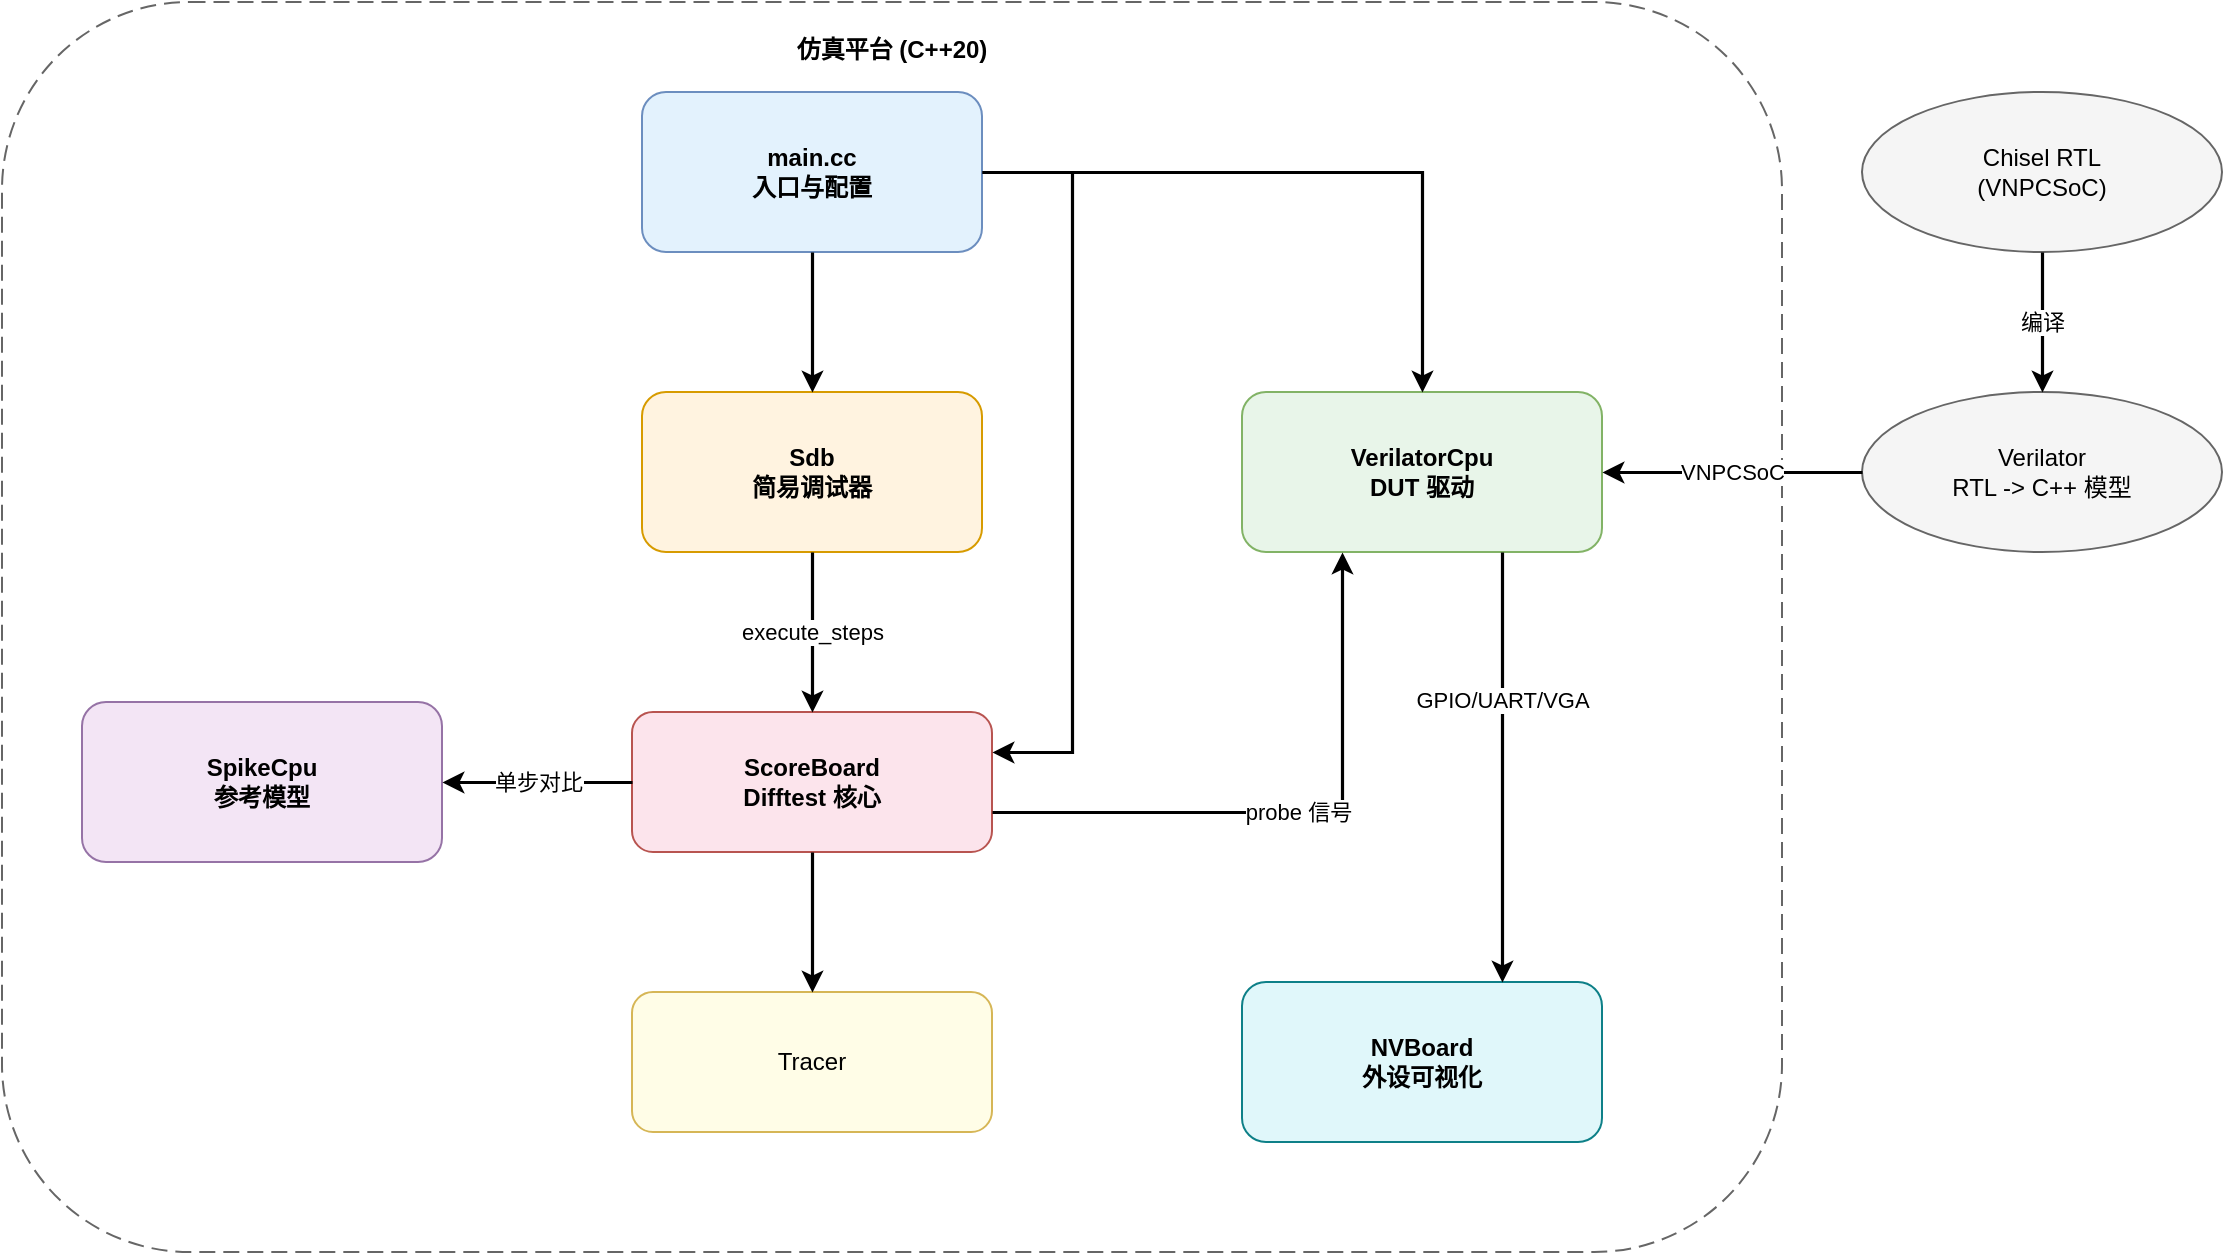
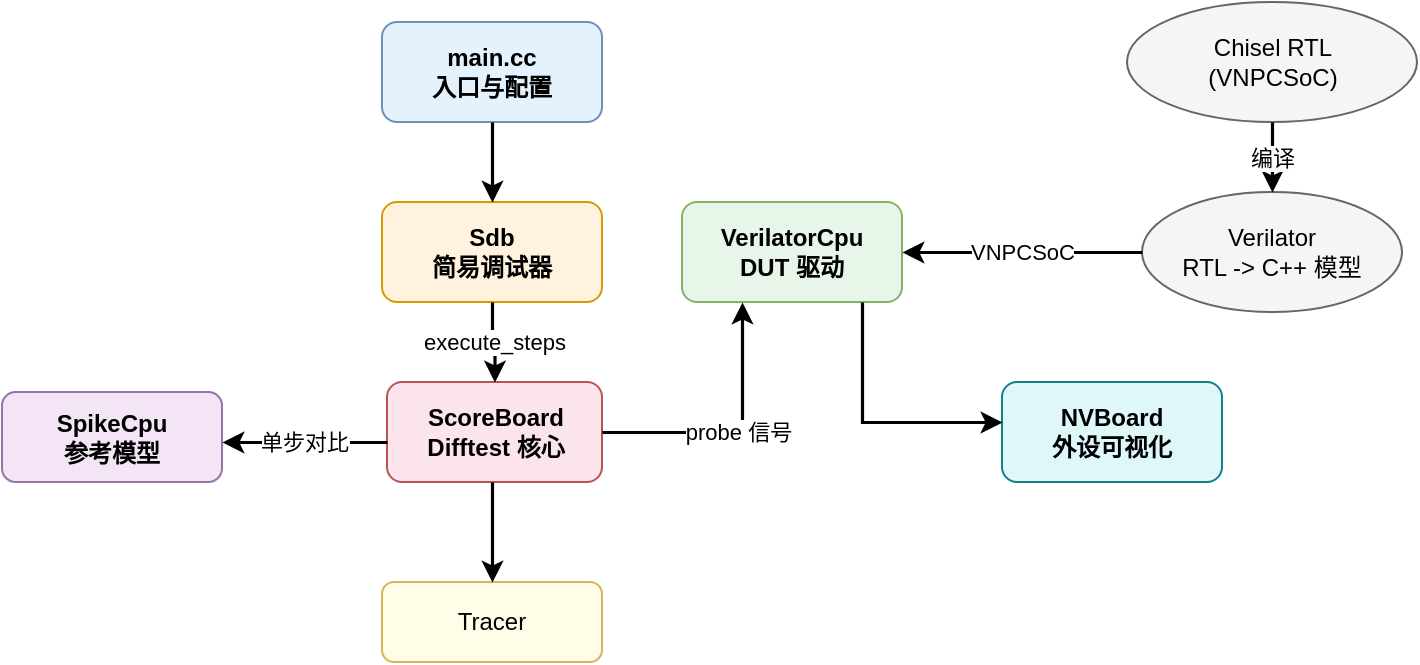
<mxfile host="65bd71144e">
    <diagram id="RYRM0IgxzEHv_DKKlseV" name="Page-1">
-         <mxGraphModel dx="1724" dy="983" grid="1" gridSize="10" guides="1" tooltips="1" connect="1" arrows="1" fold="1" page="0" pageScale="1" pageWidth="1400" pageHeight="900" math="0" shadow="0">
+         <mxGraphModel dx="966" dy="786" grid="1" gridSize="10" guides="1" tooltips="1" connect="1" arrows="1" fold="1" page="0" pageScale="1" pageWidth="1400" pageHeight="900" math="0" shadow="0">
            <root>
                <mxCell id="0"/>
                <mxCell id="1" parent="0"/>
-                 <mxCell id="cluster_top" value="仿真平台 (C++20)" style="rounded=1;whiteSpace=wrap;html=1;dashed=1;dashPattern=8 4;fillColor=#ffffff;strokeColor=#666666;fontStyle=1;verticalAlign=top;spacingTop=10;" parent="1" vertex="1">
-                     <mxGeometry x="70" y="105" width="890" height="625" as="geometry"/>
-                 </mxCell>
                <mxCell id="main" value="main.cc&#10;入口与配置" style="rounded=1;whiteSpace=wrap;html=1;fillColor=#E3F2FD;strokeColor=#6c8ebf;fontStyle=1;" parent="1" vertex="1">
-                     <mxGeometry x="390" y="150" width="170" height="80" as="geometry"/>
+                     <mxGeometry x="450" y="180" width="110" height="50" as="geometry"/>
                </mxCell>
                <mxCell id="sdb" value="Sdb&#10;简易调试器" style="rounded=1;whiteSpace=wrap;html=1;fillColor=#FFF3E0;strokeColor=#d79b00;fontStyle=1;" parent="1" vertex="1">
-                     <mxGeometry x="390" y="300" width="170" height="80" as="geometry"/>
+                     <mxGeometry x="450" y="270" width="110" height="50" as="geometry"/>
                </mxCell>
                <mxCell id="scrbrd" value="ScoreBoard&#10;Difftest 核心" style="rounded=1;whiteSpace=wrap;html=1;fillColor=#FCE4EC;strokeColor=#b85450;fontStyle=1;" parent="1" vertex="1">
-                     <mxGeometry x="385" y="460" width="180" height="70" as="geometry"/>
+                     <mxGeometry x="452.5" y="360" width="107.5" height="50" as="geometry"/>
                </mxCell>
                <mxCell id="vcpu" value="VerilatorCpu&#10;DUT 驱动" style="rounded=1;whiteSpace=wrap;html=1;fillColor=#E8F5E9;strokeColor=#82b366;fontStyle=1;" parent="1" vertex="1">
-                     <mxGeometry x="690" y="300" width="180" height="80" as="geometry"/>
+                     <mxGeometry x="600" y="270" width="110" height="50" as="geometry"/>
                </mxCell>
                <mxCell id="spike" value="SpikeCpu&#10;参考模型" style="rounded=1;whiteSpace=wrap;html=1;fillColor=#F3E5F5;strokeColor=#9673a6;fontStyle=1;" parent="1" vertex="1">
-                     <mxGeometry x="110" y="455" width="180" height="80" as="geometry"/>
+                     <mxGeometry x="260" y="365" width="110" height="45" as="geometry"/>
                </mxCell>
                <mxCell id="itrace" value="Tracer" style="rounded=1;whiteSpace=wrap;html=1;fillColor=#FFFDE7;strokeColor=#d6b656;" parent="1" vertex="1">
-                     <mxGeometry x="385" y="600" width="180" height="70" as="geometry"/>
+                     <mxGeometry x="450" y="460" width="110" height="40" as="geometry"/>
                </mxCell>
                <mxCell id="nvboard" value="NVBoard&#10;外设可视化" style="rounded=1;whiteSpace=wrap;html=1;fillColor=#E0F7FA;strokeColor=#0e8088;fontStyle=1;" parent="1" vertex="1">
-                     <mxGeometry x="690" y="595" width="180" height="80" as="geometry"/>
+                     <mxGeometry x="760" y="360" width="110" height="50" as="geometry"/>
                </mxCell>
                <mxCell id="verilator" value="Verilator&#10;RTL -&gt; C++ 模型" style="ellipse;whiteSpace=wrap;html=1;fillColor=#F5F5F5;strokeColor=#666666;" parent="1" vertex="1">
-                     <mxGeometry x="1000" y="300" width="180" height="80" as="geometry"/>
+                     <mxGeometry x="830" y="265" width="130" height="60" as="geometry"/>
                </mxCell>
                <mxCell id="rtl" value="Chisel RTL&#10;(VNPCSoC)" style="ellipse;whiteSpace=wrap;html=1;fillColor=#F5F5F5;strokeColor=#666666;" parent="1" vertex="1">
-                     <mxGeometry x="1000" y="150" width="180" height="80" as="geometry"/>
+                     <mxGeometry x="822.5" y="170" width="145" height="60" as="geometry"/>
                </mxCell>
                <mxCell id="e1" value="编译" style="edgeStyle=orthogonalEdgeStyle;rounded=0;html=1;endArrow=classic;strokeWidth=1.6;" parent="1" source="rtl" target="verilator" edge="1">
                    <mxGeometry relative="1" as="geometry"/>
                </mxCell>
                <mxCell id="e2" value="VNPCSoC" style="edgeStyle=orthogonalEdgeStyle;rounded=0;html=1;endArrow=classic;strokeWidth=1.6;" parent="1" source="verilator" target="vcpu" edge="1">
-                     <mxGeometry relative="1" as="geometry">
+                     <mxGeometry x="0.001" relative="1" as="geometry">
                        <Array as="points">
-                             <mxPoint x="1060" y="350"/>
+                             <mxPoint x="770" y="295"/>
+                             <mxPoint x="770" y="295"/>
                        </Array>
+                         <mxPoint as="offset"/>
                    </mxGeometry>
                </mxCell>
                <mxCell id="e3" style="edgeStyle=orthogonalEdgeStyle;rounded=0;html=1;endArrow=classic;strokeWidth=1.6;" parent="1" source="main" target="sdb" edge="1">
-                     <mxGeometry relative="1" as="geometry"/>
-                 </mxCell>
-                 <mxCell id="e4" style="edgeStyle=orthogonalEdgeStyle;rounded=0;html=1;endArrow=classic;strokeWidth=1.6;" parent="1" source="main" target="scrbrd" edge="1">
-                     <mxGeometry relative="1" as="geometry">
-                         <Array as="points">
-                             <mxPoint x="605" y="190"/>
-                             <mxPoint x="605" y="480"/>
-                         </Array>
-                     </mxGeometry>
-                 </mxCell>
-                 <mxCell id="e5" style="edgeStyle=orthogonalEdgeStyle;rounded=0;html=1;endArrow=classic;strokeWidth=1.6;" parent="1" source="main" target="vcpu" edge="1">
                    <mxGeometry relative="1" as="geometry"/>
                </mxCell>
                <mxCell id="e6" value="execute_steps" style="edgeStyle=orthogonalEdgeStyle;rounded=0;html=1;endArrow=classic;strokeWidth=1.6;" parent="1" source="sdb" target="scrbrd" edge="1">
                    <mxGeometry relative="1" as="geometry"/>
                </mxCell>
                <mxCell id="e7" value="probe 信号" style="edgeStyle=orthogonalEdgeStyle;rounded=0;html=1;endArrow=classic;strokeWidth=1.6;" parent="1" source="scrbrd" target="vcpu" edge="1">
                    <mxGeometry relative="1" as="geometry">
                        <Array as="points">
-                             <mxPoint x="740" y="510"/>
+                             <mxPoint x="630" y="385"/>
                        </Array>
                    </mxGeometry>
                </mxCell>
                <mxCell id="e8" value="单步对比" style="edgeStyle=orthogonalEdgeStyle;rounded=0;html=1;endArrow=classic;strokeWidth=1.6;" parent="1" source="scrbrd" target="spike" edge="1">
-                     <mxGeometry relative="1" as="geometry">
+                     <mxGeometry x="0.0154" relative="1" as="geometry">
                        <Array as="points">
-                             <mxPoint x="370" y="495"/>
-                             <mxPoint x="370" y="495"/>
+                             <mxPoint x="420" y="390"/>
+                             <mxPoint x="420" y="390"/>
                        </Array>
+                         <mxPoint as="offset"/>
                    </mxGeometry>
                </mxCell>
                <mxCell id="e9" style="edgeStyle=orthogonalEdgeStyle;rounded=0;html=1;endArrow=classic;strokeWidth=1.6;" parent="1" source="scrbrd" target="itrace" edge="1">
                    <mxGeometry relative="1" as="geometry">
                        <Array as="points">
-                             <mxPoint x="475" y="610"/>
-                             <mxPoint x="475" y="610"/>
+                             <mxPoint x="505" y="450"/>
+                             <mxPoint x="505" y="450"/>
                        </Array>
                    </mxGeometry>
                </mxCell>
-                 <mxCell id="e13" value="GPIO/UART/VGA" style="edgeStyle=orthogonalEdgeStyle;rounded=0;html=1;endArrow=classic;strokeWidth=1.6;" parent="1" source="vcpu" target="nvboard" edge="1">
+                 <mxCell id="e13" value="" style="edgeStyle=orthogonalEdgeStyle;rounded=0;html=1;endArrow=classic;strokeWidth=1.6;" parent="1" source="vcpu" target="nvboard" edge="1">
                    <mxGeometry x="-0.3158" relative="1" as="geometry">
                        <Array as="points">
-                             <mxPoint x="820" y="450"/>
-                             <mxPoint x="820" y="450"/>
+                             <mxPoint x="690" y="380"/>
                        </Array>
                        <mxPoint as="offset"/>
                    </mxGeometry>
                </mxCell>
            </root>
        </mxGraphModel>
    </diagram>
</mxfile>